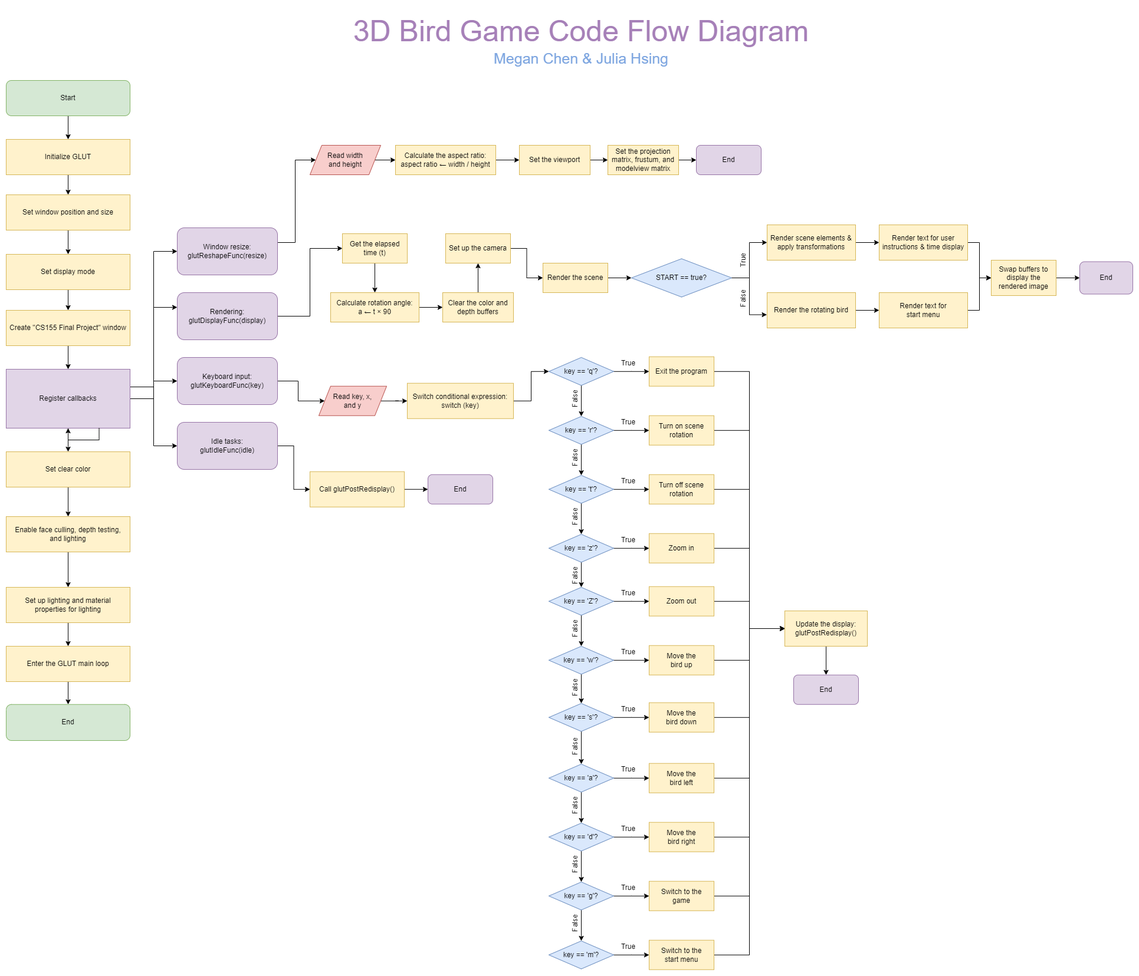
Earlier version of the draw.io export HsingChen_CodeFlowDiagram.png (meganchenaz/3D-Bird-Game). Source tidied: cells renumbered, new cells last; positions are measured from the earlier drawing's top-left corner, leaving out a move shared by most shapes.
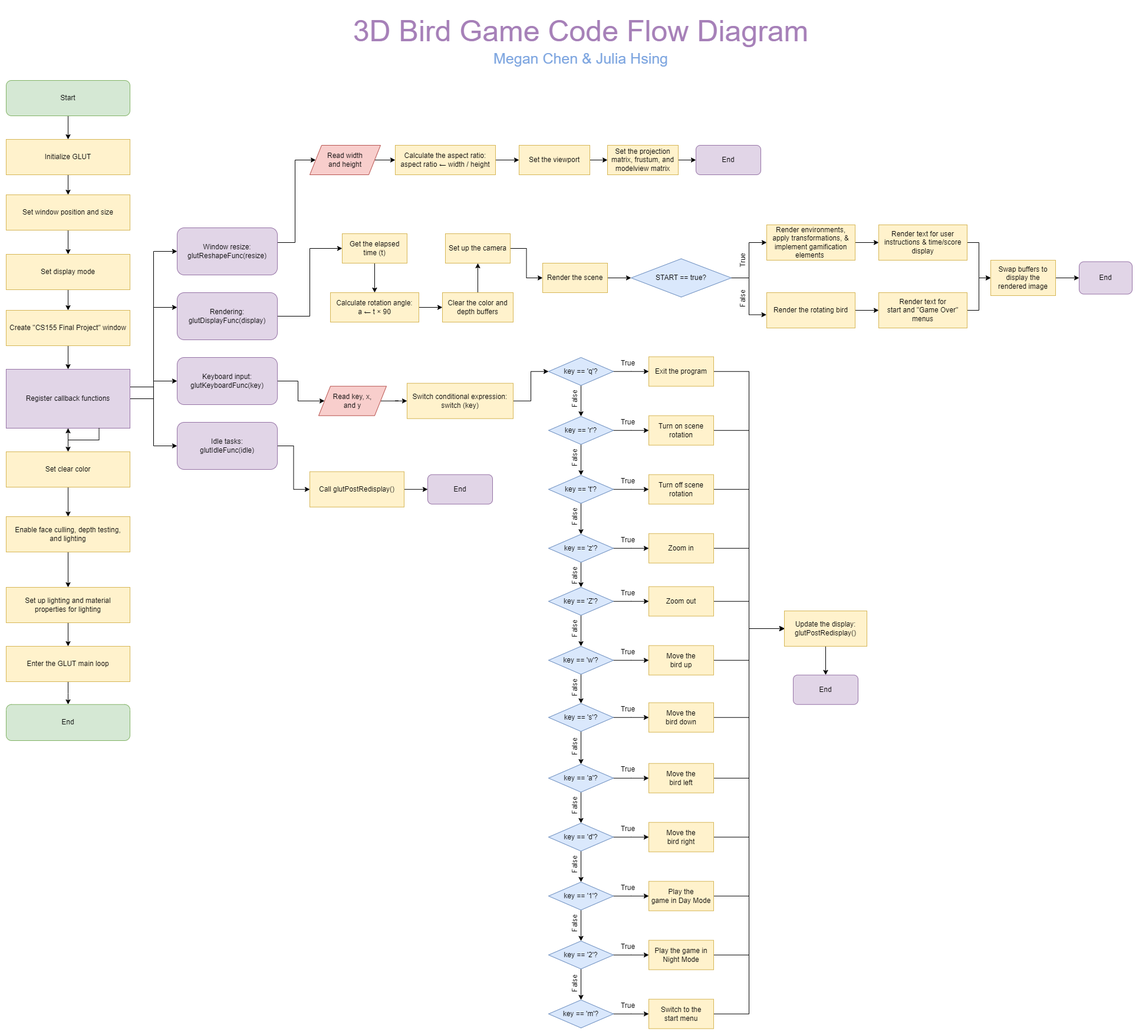
After the change.

Commit message:
updated code flow diagram

What changed in the source:
```diff
@@ -52,7 +52,7 @@
     <mxCell id="16" style="edgeStyle=orthogonalEdgeStyle;rounded=0;jettySize=auto;html=1;exitX=1;exitY=0.5;exitDx=0;exitDy=0;entryX=0;entryY=0.5;entryDx=0;entryDy=0;" parent="1" edge="1" source="17" target="34">
       <mxGeometry relative="1" as="geometry" />
     </mxCell>
-    <mxCell id="17" value="Register callbacks" style="rounded=0;whiteSpace=wrap;html=1;fillColor=#e1d5e7;strokeColor=#9673a6;" parent="1" vertex="1">
+    <mxCell id="17" value="Register callback functions" style="rounded=0;whiteSpace=wrap;html=1;fillColor=#e1d5e7;strokeColor=#9673a6;" parent="1" vertex="1">
       <mxGeometry y="616" width="210" height="100" as="geometry" />
     </mxCell>
     <mxCell id="18" style="edgeStyle=orthogonalEdgeStyle;rounded=0;jettySize=auto;html=1;" parent="1" edge="1" source="19" target="21">
@@ -180,7 +180,7 @@
     <mxCell id="57" style="edgeStyle=orthogonalEdgeStyle;rounded=0;jettySize=auto;html=1;" parent="1" edge="1" source="58" target="65">
       <mxGeometry relative="1" as="geometry" />
     </mxCell>
-    <mxCell id="58" value="Render scene elements &amp;amp; apply transformations" style="rounded=0;whiteSpace=wrap;html=1;fillColor=#fff2cc;strokeColor=#d6b656;" parent="1" vertex="1">
+    <mxCell id="58" value="Render environments, apply transformations, &amp;amp; implement gamification elements&amp;nbsp;" style="rounded=0;whiteSpace=wrap;html=1;fillColor=#fff2cc;strokeColor=#d6b656;" parent="1" vertex="1">
       <mxGeometry x="1290" y="371" width="150" height="60" as="geometry" />
     </mxCell>
     <mxCell id="59" style="edgeStyle=orthogonalEdgeStyle;rounded=0;jettySize=auto;html=1;" parent="1" edge="1" source="60" target="67">
@@ -201,13 +201,13 @@
     <mxCell id="64" style="edgeStyle=orthogonalEdgeStyle;rounded=0;jettySize=auto;html=1;entryX=0;entryY=0.5;entryDx=0;entryDy=0;" parent="1" edge="1" source="65" target="70">
       <mxGeometry relative="1" as="geometry" />
     </mxCell>
-    <mxCell id="65" value="Render text for user instructions &amp;amp; time display" style="rounded=0;whiteSpace=wrap;html=1;fillColor=#fff2cc;strokeColor=#d6b656;" parent="1" vertex="1">
+    <mxCell id="65" value="Render text for user instructions &amp;amp; time/score display" style="rounded=0;whiteSpace=wrap;html=1;fillColor=#fff2cc;strokeColor=#d6b656;" parent="1" vertex="1">
       <mxGeometry x="1480" y="371" width="150" height="60" as="geometry" />
     </mxCell>
     <mxCell id="66" style="edgeStyle=orthogonalEdgeStyle;rounded=0;jettySize=auto;html=1;entryX=0;entryY=0.5;entryDx=0;entryDy=0;" parent="1" edge="1" source="67" target="70">
       <mxGeometry relative="1" as="geometry" />
     </mxCell>
-    <mxCell id="67" value="Render text for &lt;br&gt;start menu" style="rounded=0;whiteSpace=wrap;html=1;fillColor=#fff2cc;strokeColor=#d6b656;" parent="1" vertex="1">
+    <mxCell id="67" value="Render text for &lt;br&gt;start and &quot;Game Over&quot; menus" style="rounded=0;whiteSpace=wrap;html=1;fillColor=#fff2cc;strokeColor=#d6b656;" parent="1" vertex="1">
       <mxGeometry x="1480" y="486" width="150" height="60" as="geometry" />
     </mxCell>
     <mxCell id="68" value="End" style="rounded=1;whiteSpace=wrap;html=1;fillColor=#e1d5e7;strokeColor=#9673a6;" parent="1" vertex="1">
@@ -423,7 +423,7 @@
     <mxCell id="138" style="edgeStyle=orthogonalEdgeStyle;rounded=0;jettySize=auto;html=1;" parent="1" edge="1" source="139" target="145">
       <mxGeometry relative="1" as="geometry" />
     </mxCell>
-    <mxCell id="139" value="key == 'g'?" style="rhombus;whiteSpace=wrap;html=1;fillColor=#dae8fc;strokeColor=#6c8ebf;" parent="1" vertex="1">
+    <mxCell id="139" value="key == '1'?" style="rhombus;whiteSpace=wrap;html=1;fillColor=#dae8fc;strokeColor=#6c8ebf;" parent="1" vertex="1">
       <mxGeometry x="920" y="1486" width="110" height="47.5" as="geometry" />
     </mxCell>
     <mxCell id="140" value="False" style="text;strokeColor=none;align=center;fillColor=none;html=1;verticalAlign=middle;whiteSpace=wrap;rounded=0;rotation=-90;" parent="1" vertex="1">
@@ -435,19 +435,22 @@
     <mxCell id="142" style="edgeStyle=orthogonalEdgeStyle;rounded=0;jettySize=auto;html=1;" parent="1" edge="1" source="143" target="147">
       <mxGeometry relative="1" as="geometry" />
     </mxCell>
+    <mxCell id="159" style="edgeStyle=orthogonalEdgeStyle;rounded=0;jettySize=auto;html=1;exitX=0.5;exitY=1;exitDx=0;exitDy=0;" parent="1" edge="1" source="143" target="161">
+      <mxGeometry relative="1" as="geometry" />
+    </mxCell>
-    <mxCell id="143" value="key == 'm'?" style="rhombus;whiteSpace=wrap;html=1;fillColor=#dae8fc;strokeColor=#6c8ebf;" parent="1" vertex="1">
+    <mxCell id="143" value="key == '2'?" style="rhombus;whiteSpace=wrap;html=1;fillColor=#dae8fc;strokeColor=#6c8ebf;" parent="1" vertex="1">
       <mxGeometry x="920" y="1586" width="110" height="47.5" as="geometry" />
     </mxCell>
     <mxCell id="144" style="edgeStyle=orthogonalEdgeStyle;rounded=0;jettySize=auto;html=1;entryX=0;entryY=0.5;entryDx=0;entryDy=0;" parent="1" edge="1" source="145" target="151">
       <mxGeometry relative="1" as="geometry" />
     </mxCell>
-    <mxCell id="145" value="Switch to the &lt;br&gt;game" style="rounded=0;whiteSpace=wrap;html=1;fillColor=#fff2cc;strokeColor=#d6b656;" parent="1" vertex="1">
+    <mxCell id="145" value="Play the &lt;br&gt;game in Day Mode" style="rounded=0;whiteSpace=wrap;html=1;fillColor=#fff2cc;strokeColor=#d6b656;" parent="1" vertex="1">
       <mxGeometry x="1090" y="1484.8" width="110" height="50" as="geometry" />
     </mxCell>
     <mxCell id="146" style="edgeStyle=orthogonalEdgeStyle;rounded=0;jettySize=auto;html=1;entryX=0;entryY=0.5;entryDx=0;entryDy=0;" parent="1" edge="1" source="147" target="151">
       <mxGeometry relative="1" as="geometry" />
     </mxCell>
-    <mxCell id="147" value="Switch to the &lt;br&gt;start menu" style="rounded=0;whiteSpace=wrap;html=1;fillColor=#fff2cc;strokeColor=#d6b656;" parent="1" vertex="1">
+    <mxCell id="147" value="Play the game in Night Mode" style="rounded=0;whiteSpace=wrap;html=1;fillColor=#fff2cc;strokeColor=#d6b656;" parent="1" vertex="1">
       <mxGeometry x="1090" y="1584.8" width="110" height="50" as="geometry" />
     </mxCell>
     <mxCell id="148" value="True" style="text;strokeColor=none;align=center;fillColor=none;html=1;verticalAlign=middle;whiteSpace=wrap;rounded=0;rotation=0;" parent="1" vertex="1">
@@ -483,5 +486,23 @@
     <mxCell id="158" style="edgeStyle=orthogonalEdgeStyle;rounded=0;orthogonalLoop=1;jettySize=auto;html=1;exitX=0.75;exitY=1;exitDx=0;exitDy=0;" parent="1" edge="1" source="17" target="17">
       <mxGeometry relative="1" as="geometry" />
     </mxCell>
+    <mxCell id="160" style="edgeStyle=orthogonalEdgeStyle;rounded=0;jettySize=auto;html=1;" parent="1" edge="1" source="161" target="164">
+      <mxGeometry relative="1" as="geometry" />
+    </mxCell>
+    <mxCell id="161" value="key == 'm'?" style="rhombus;whiteSpace=wrap;html=1;fillColor=#dae8fc;strokeColor=#6c8ebf;" parent="1" vertex="1">
+      <mxGeometry x="920" y="1686" width="110" height="47.5" as="geometry" />
+    </mxCell>
+    <mxCell id="162" value="False" style="text;strokeColor=none;align=center;fillColor=none;html=1;verticalAlign=middle;whiteSpace=wrap;rounded=0;rotation=-90;" parent="1" vertex="1">
+      <mxGeometry x="935" y="1648" width="60" height="20" as="geometry" />
+    </mxCell>
+    <mxCell id="163" style="edgeStyle=orthogonalEdgeStyle;rounded=0;jettySize=auto;html=1;entryX=0;entryY=0.5;entryDx=0;entryDy=0;" parent="1" edge="1" source="164" target="151">
+      <mxGeometry relative="1" as="geometry" />
+    </mxCell>
+    <mxCell id="164" value="Switch to the &lt;br&gt;start menu" style="rounded=0;whiteSpace=wrap;html=1;fillColor=#fff2cc;strokeColor=#d6b656;" parent="1" vertex="1">
+      <mxGeometry x="1090" y="1684.8" width="110" height="50" as="geometry" />
+    </mxCell>
+    <mxCell id="165" value="True" style="text;strokeColor=none;align=center;fillColor=none;html=1;verticalAlign=middle;whiteSpace=wrap;rounded=0;rotation=0;" parent="1" vertex="1">
+      <mxGeometry x="1030" y="1686" width="50" height="20" as="geometry" />
+    </mxCell>
   </root>
 </mxGraphModel>
```
